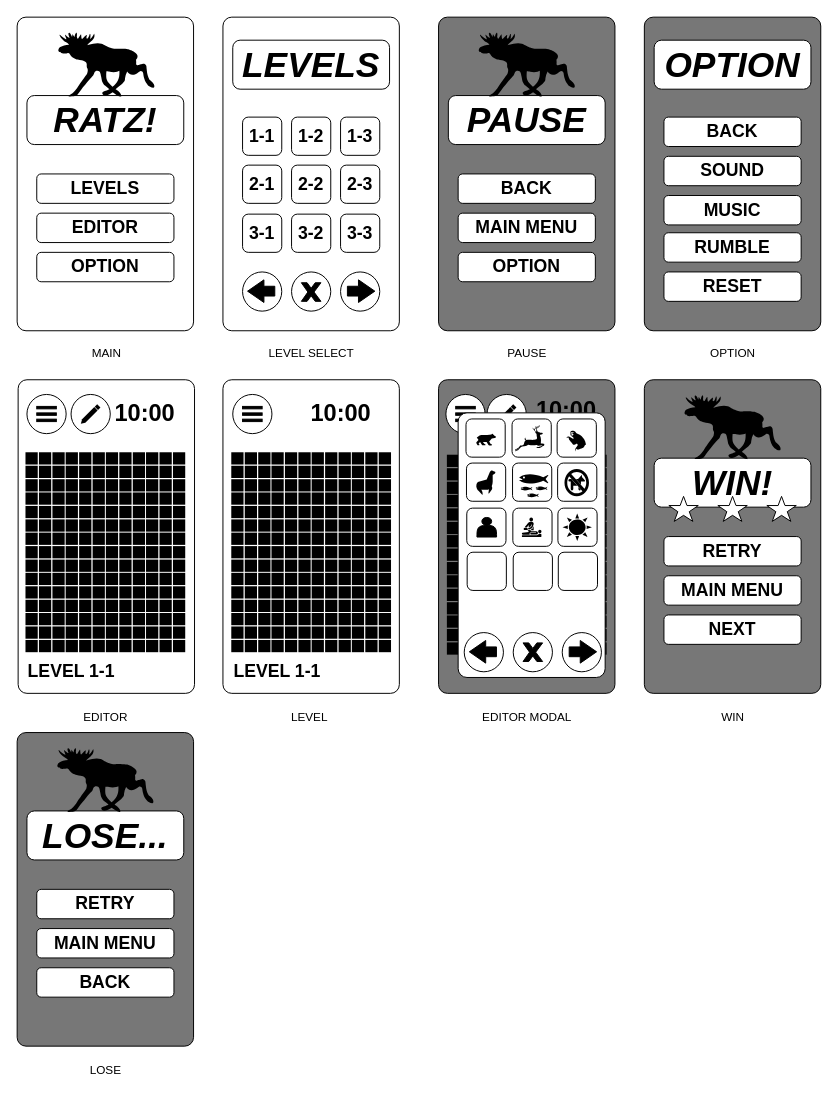
IsaacAnderson2001/jammi keeps this draw.io diagram as docs/mockup.drawio. Above is the earlier version. Source tidied: cells renumbered, new cells numbered last; positions are measured from the earlier drawing's top-left corner, leaving out a move shared by most shapes. Both pictures are drawn from the tidied source at 98%, with x=0, y=0 at pixel (17, 17).
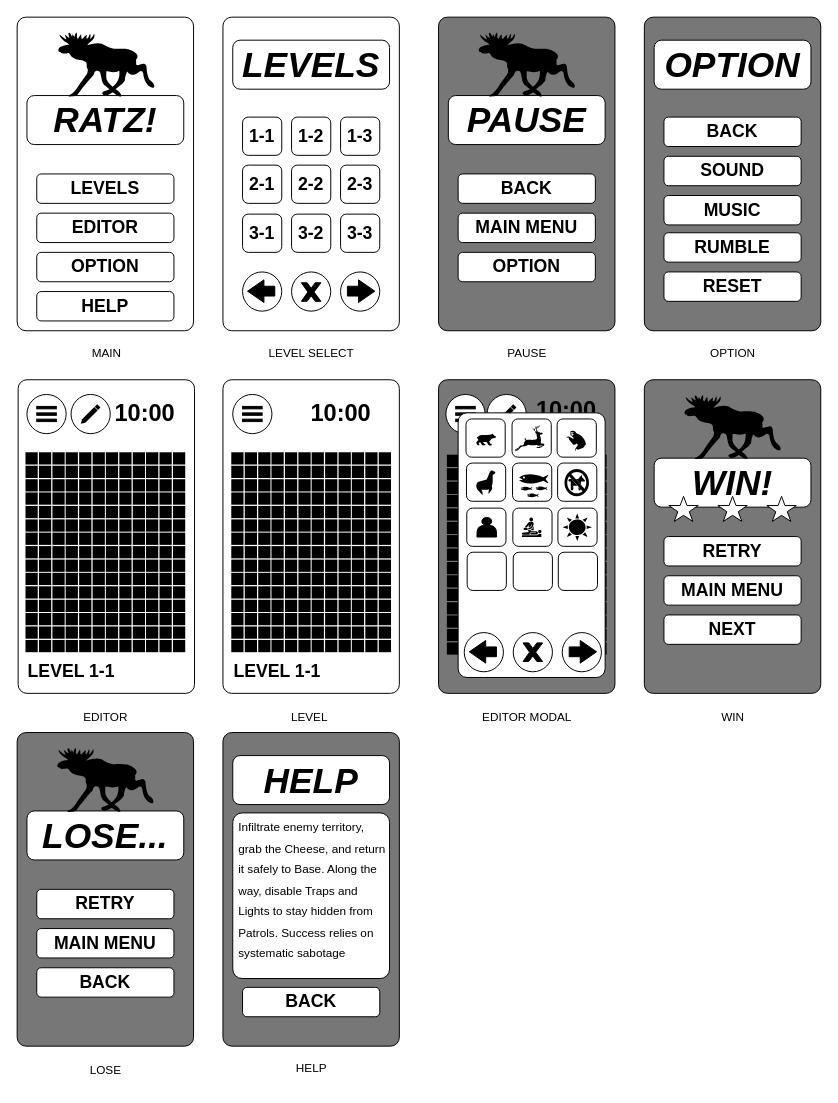
Above is the later version.

Commit message (it also covers changes not shown here):
Added help page to mockup.

Change to the diagram source:
```diff
@@
+    <mxCell id="174" value="&lt;b&gt;&lt;font style=&quot;font-size: 18px;&quot;&gt;HELP&lt;/font&gt;&lt;/b&gt;" style="rounded=1;whiteSpace=wrap;html=1;" parent="1" vertex="1">
+      <mxGeometry x="20" y="280" width="140" height="30" as="geometry" />
+    </mxCell>
+    <mxCell id="175" style="rounded=1;whiteSpace=wrap;html=1;arcSize=5;fillColor=#777777;" parent="1" vertex="1">
+      <mxGeometry x="210" y="730" width="180" height="320" as="geometry" />
+    </mxCell>
+    <mxCell id="176" value="HELP" style="text;html=1;align=center;verticalAlign=middle;strokeColor=none;fillColor=none;" parent="1" vertex="1">
+      <mxGeometry x="275" y="1058" width="50" height="30" as="geometry" />
+    </mxCell>
+    <mxCell id="177" value="&lt;b&gt;&lt;i&gt;&lt;font style=&quot;font-size: 36px;&quot;&gt;HELP&lt;/font&gt;&lt;/i&gt;&lt;/b&gt;" style="rounded=1;whiteSpace=wrap;html=1;" parent="1" vertex="1">
+      <mxGeometry x="220" y="753.5" width="160" height="50" as="geometry" />
+    </mxCell>
+    <mxCell id="178" value="&lt;b&gt;&lt;font style=&quot;font-size: 18px;&quot;&gt;BACK&lt;/font&gt;&lt;/b&gt;" style="rounded=1;whiteSpace=wrap;html=1;" parent="1" vertex="1">
+      <mxGeometry x="230" y="990" width="140" height="30" as="geometry" />
+    </mxCell>
+    <mxCell id="179" value="&lt;h2 style=&quot;margin-right: 2px; margin-left: 6px;&quot;&gt;&lt;span style=&quot;background-color: transparent; font-size: 12px; font-weight: normal;&quot;&gt;Infiltrate enemy territory, grab the Cheese, and return it safely to Base. Along the way, disable Traps and Lights to stay hidden from Patrols. Success relies on systematic sabotage&lt;/span&gt;&lt;/h2&gt;" style="rounded=1;whiteSpace=wrap;html=1;arcSize=6;align=left;spacing=0;verticalAlign=bottom;" parent="1" vertex="1">
+      <mxGeometry x="220" y="812" width="160" height="169" as="geometry" />
+    </mxCell>
```
